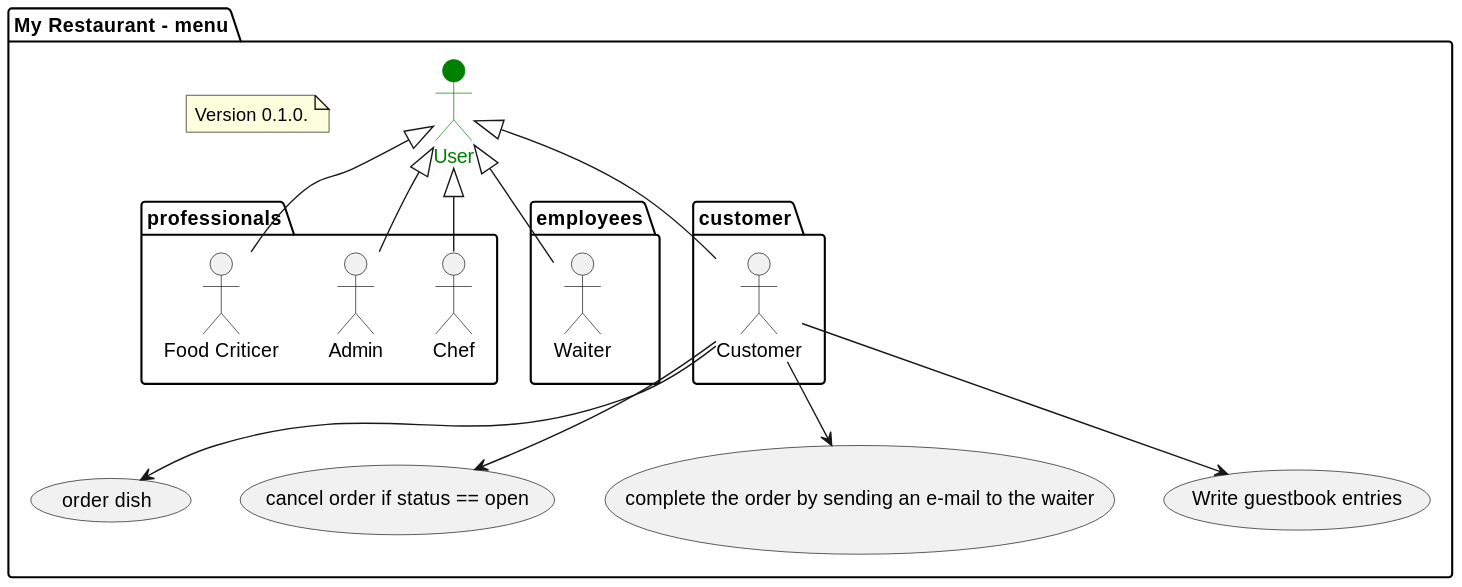
The PlantUML diagram out/public/doc/UCD-customer_v1/UCD-customer_v1.svg in tonisun/menu, before a commit.
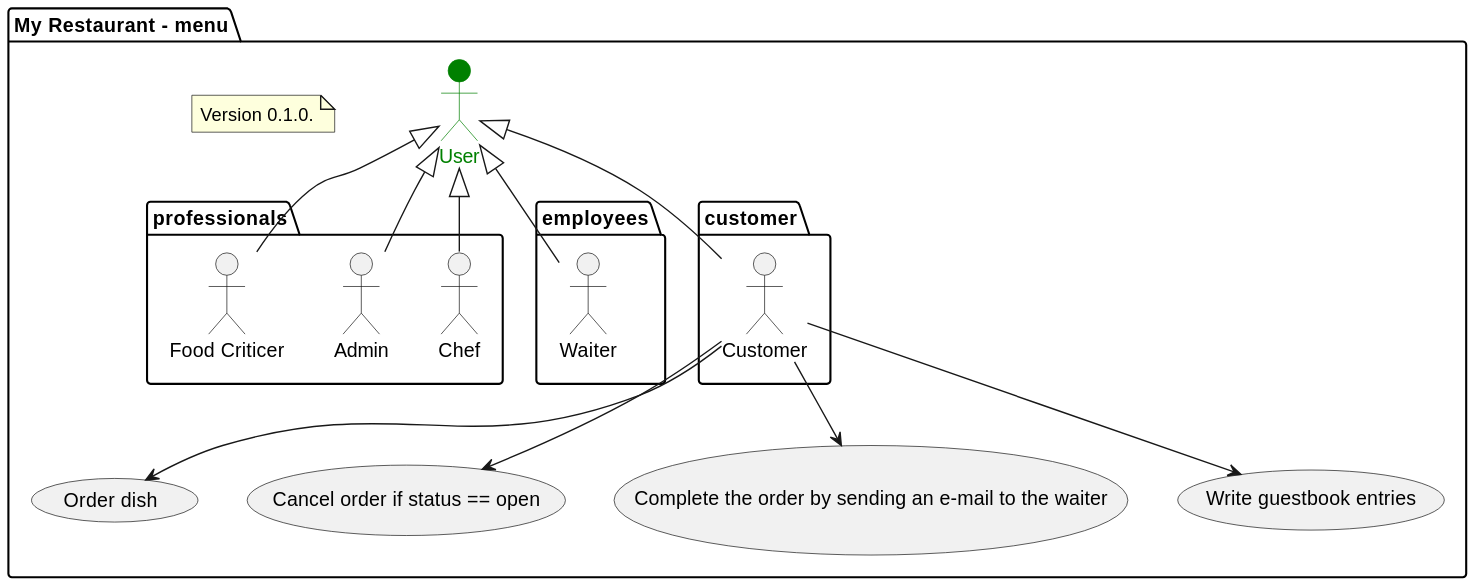
Later version of the same file.

The edit, as a diff of the source:
```diff
@@ -24,9 +24,9 @@
     u <|-- ch
     u <|-- fc
 
-    usecase "order dish" as UC0
-    usecase "cancel order if status == open" as UC1
-    usecase "complete the order by sending an e-mail to the waiter" as UC2
+    usecase "Order dish" as UC0
+    usecase "Cancel order if status == open" as UC1
+    usecase "Complete the order by sending an e-mail to the waiter" as UC2
     usecase "Write guestbook entries" as UC3
 
     c --> UC0
```
